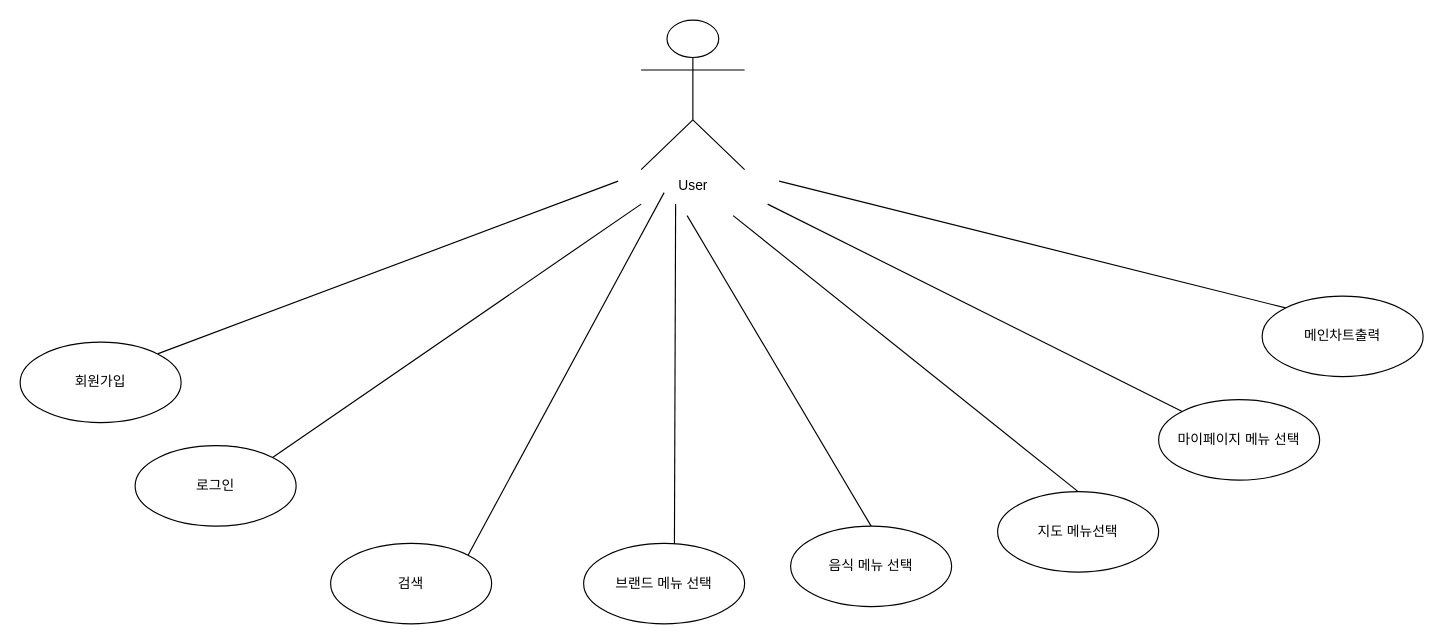
This is chickenGG.drawio from fdsv8596/ai8erd, a draw.io file, before an edit. Source tidied: cells renumbered, new cells numbered last; positions are measured from the earlier drawing's top-left corner, leaving out a move shared by most shapes. Both pictures are drawn from the tidied source at 115%, with x=0, y=0 at pixel (20, 20).
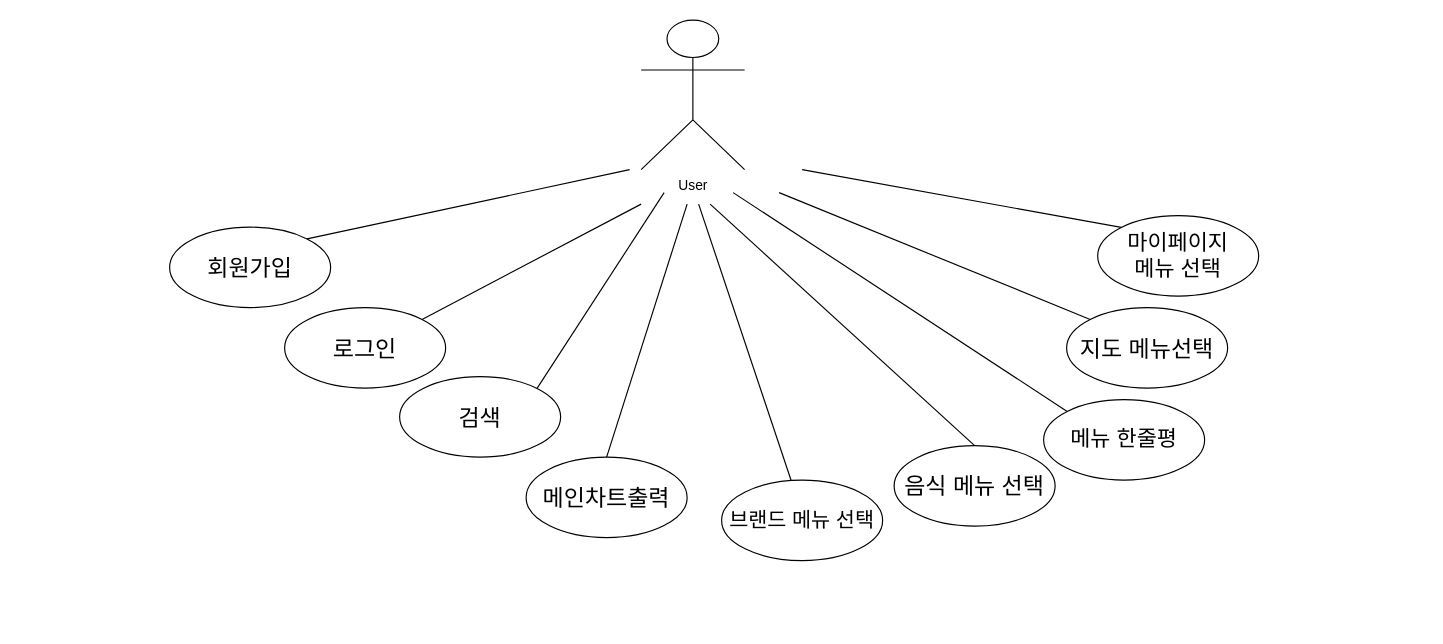
After the change.

What changed in the source:
```diff
@@
-    <mxCell id="4" value="로그인" style="ellipse;whiteSpace=wrap;html=1;" parent="1" vertex="1">
-      <mxGeometry x="100" y="370" width="140" height="70" as="geometry" />
+    <mxCell id="4" value="&lt;font style=&quot;font-size: 20px;&quot;&gt;로그인&lt;/font&gt;" style="ellipse;whiteSpace=wrap;html=1;" parent="1" vertex="1">
+      <mxGeometry x="230" y="250" width="140" height="70" as="geometry" />
     </mxCell>
     <mxCell id="5" style="endArrow=none;html=1;rounded=0;exitX=1;exitY=0;exitDx=0;exitDy=0;" parent="1" edge="1" source="6">
       <mxGeometry relative="1" as="geometry">
-        <mxPoint x="520" y="140" as="targetPoint" />
+        <mxPoint x="530" y="130" as="targetPoint" />
       </mxGeometry>
     </mxCell>
-    <mxCell id="6" value="회원가입" style="ellipse;whiteSpace=wrap;html=1;" parent="1" vertex="1">
-      <mxGeometry y="280" width="140" height="70" as="geometry" />
+    <mxCell id="6" value="&lt;font style=&quot;font-size: 20px;&quot;&gt;회원가입&lt;/font&gt;" style="ellipse;whiteSpace=wrap;html=1;" parent="1" vertex="1">
+      <mxGeometry x="130" y="180" width="140" height="70" as="geometry" />
     </mxCell>
@@
-    <mxCell id="8" value="검색" style="ellipse;whiteSpace=wrap;html=1;" parent="1" vertex="1">
-      <mxGeometry x="270" y="455" width="140" height="70" as="geometry" />
+    <mxCell id="8" value="&lt;font style=&quot;font-size: 20px;&quot;&gt;검색&lt;/font&gt;" style="ellipse;whiteSpace=wrap;html=1;" parent="1" vertex="1">
+      <mxGeometry x="330" y="310" width="140" height="70" as="geometry" />
     </mxCell>
-    <mxCell id="9" style="endArrow=none;html=1;rounded=0;entryX=0;entryY=1;entryDx=0;entryDy=0;entryPerimeter=0;exitX=0.564;exitY=0.029;exitDx=0;exitDy=0;exitPerimeter=0;" parent="1" edge="1" source="10">
+    <mxCell id="9" style="endArrow=none;html=1;rounded=0;exitX=0.436;exitY=0.029;exitDx=0;exitDy=0;exitPerimeter=0;" parent="1" edge="1" source="10">
       <mxGeometry relative="1" as="geometry">
-        <mxPoint x="570" y="160" as="targetPoint" />
+        <mxPoint x="590" y="160" as="targetPoint" />
       </mxGeometry>
     </mxCell>
-    <mxCell id="10" value="브랜드 메뉴 선택" style="ellipse;whiteSpace=wrap;html=1;" parent="1" vertex="1">
-      <mxGeometry x="490" y="455" width="140" height="70" as="geometry" />
+    <mxCell id="10" value="&lt;font style=&quot;font-size: 18px;&quot;&gt;브랜드 메뉴 선택&lt;/font&gt;" style="ellipse;whiteSpace=wrap;html=1;" parent="1" vertex="1">
+      <mxGeometry x="610" y="400" width="140" height="70" as="geometry" />
     </mxCell>
-    <mxCell id="11" style="endArrow=none;html=1;rounded=0;entryX=0;entryY=1;entryDx=0;entryDy=0;entryPerimeter=0;exitX=0.5;exitY=0;exitDx=0;exitDy=0;" parent="1" edge="1" source="12">
+    <mxCell id="11" style="endArrow=none;html=1;rounded=0;exitX=0.5;exitY=0;exitDx=0;exitDy=0;" parent="1" edge="1" source="12">
       <mxGeometry relative="1" as="geometry">
-        <mxPoint x="580" y="170" as="targetPoint" />
+        <mxPoint x="600" y="160" as="targetPoint" />
       </mxGeometry>
     </mxCell>
-    <mxCell id="12" value="음식 메뉴 선택" style="ellipse;whiteSpace=wrap;html=1;" parent="1" vertex="1">
-      <mxGeometry x="670" y="440" width="140" height="70" as="geometry" />
+    <mxCell id="12" value="&lt;font style=&quot;font-size: 20px;&quot;&gt;음식 메뉴 선택&lt;/font&gt;" style="ellipse;whiteSpace=wrap;html=1;" parent="1" vertex="1">
+      <mxGeometry x="760" y="370" width="140" height="70" as="geometry" />
     </mxCell>
-    <mxCell id="13" style="endArrow=none;html=1;rounded=0;exitX=0.5;exitY=0;exitDx=0;exitDy=0;" parent="1" edge="1" source="14">
+    <mxCell id="13" style="endArrow=none;html=1;rounded=0;exitX=0;exitY=0;exitDx=0;exitDy=0;" parent="1" edge="1" source="14">
       <mxGeometry relative="1" as="geometry">
-        <mxPoint x="620" y="170" as="targetPoint" />
+        <mxPoint x="660" y="150" as="targetPoint" />
       </mxGeometry>
     </mxCell>
-    <mxCell id="14" value="지도 메뉴선택" style="ellipse;whiteSpace=wrap;html=1;" parent="1" vertex="1">
-      <mxGeometry x="850" y="410" width="140" height="70" as="geometry" />
+    <mxCell id="14" value="&lt;font style=&quot;font-size: 20px;&quot;&gt;지도 메뉴선택&lt;/font&gt;" style="ellipse;whiteSpace=wrap;html=1;" parent="1" vertex="1">
+      <mxGeometry x="910" y="250" width="140" height="70" as="geometry" />
     </mxCell>
     <mxCell id="15" style="endArrow=none;html=1;rounded=0;exitX=0;exitY=0;exitDx=0;exitDy=0;" parent="1" edge="1" source="16">
       <mxGeometry relative="1" as="geometry">
-        <mxPoint x="650" y="160" as="targetPoint" />
+        <mxPoint x="680" y="130" as="targetPoint" />
       </mxGeometry>
     </mxCell>
-    <mxCell id="16" value="마이페이지 메뉴 선택" style="ellipse;whiteSpace=wrap;html=1;" parent="1" vertex="1">
-      <mxGeometry x="990" y="330" width="140" height="70" as="geometry" />
+    <mxCell id="16" value="&lt;font style=&quot;font-size: 19px;&quot;&gt;마이페이지 &lt;br&gt;메뉴 선택&lt;/font&gt;" style="ellipse;whiteSpace=wrap;html=1;" parent="1" vertex="1">
+      <mxGeometry x="937" y="170" width="140" height="70" as="geometry" />
     </mxCell>
-    <mxCell id="17" style="endArrow=none;html=1;rounded=0;exitX=0;exitY=0;exitDx=0;exitDy=0;" parent="1" edge="1" source="18">
+    <mxCell id="17" style="endArrow=none;html=1;rounded=0;exitX=0.5;exitY=0;exitDx=0;exitDy=0;" parent="1" edge="1" source="18">
       <mxGeometry relative="1" as="geometry">
-        <mxPoint x="660" y="140" as="targetPoint" />
+        <mxPoint x="580" y="160" as="targetPoint" />
       </mxGeometry>
     </mxCell>
-    <mxCell id="18" value="메인차트출력" style="ellipse;whiteSpace=wrap;html=1;" parent="1" vertex="1">
-      <mxGeometry x="1080" y="240" width="140" height="70" as="geometry" />
+    <mxCell id="18" value="&lt;font style=&quot;font-size: 20px;&quot;&gt;메인차트출력&lt;/font&gt;" style="ellipse;whiteSpace=wrap;html=1;" parent="1" vertex="1">
+      <mxGeometry x="440" y="380" width="140" height="70" as="geometry" />
     </mxCell>
+    <mxCell id="19" style="endArrow=none;html=1;rounded=0;exitX=0;exitY=0;exitDx=0;exitDy=0;" parent="1" edge="1" source="20">
+      <mxGeometry relative="1" as="geometry">
+        <mxPoint x="620" y="150" as="targetPoint" />
+      </mxGeometry>
+    </mxCell>
+    <mxCell id="20" value="&lt;span style=&quot;font-size: 19px;&quot;&gt;메뉴 한줄평&lt;/span&gt;" style="ellipse;whiteSpace=wrap;html=1;" parent="1" vertex="1">
+      <mxGeometry x="890" y="330" width="140" height="70" as="geometry" />
+    </mxCell>
```
